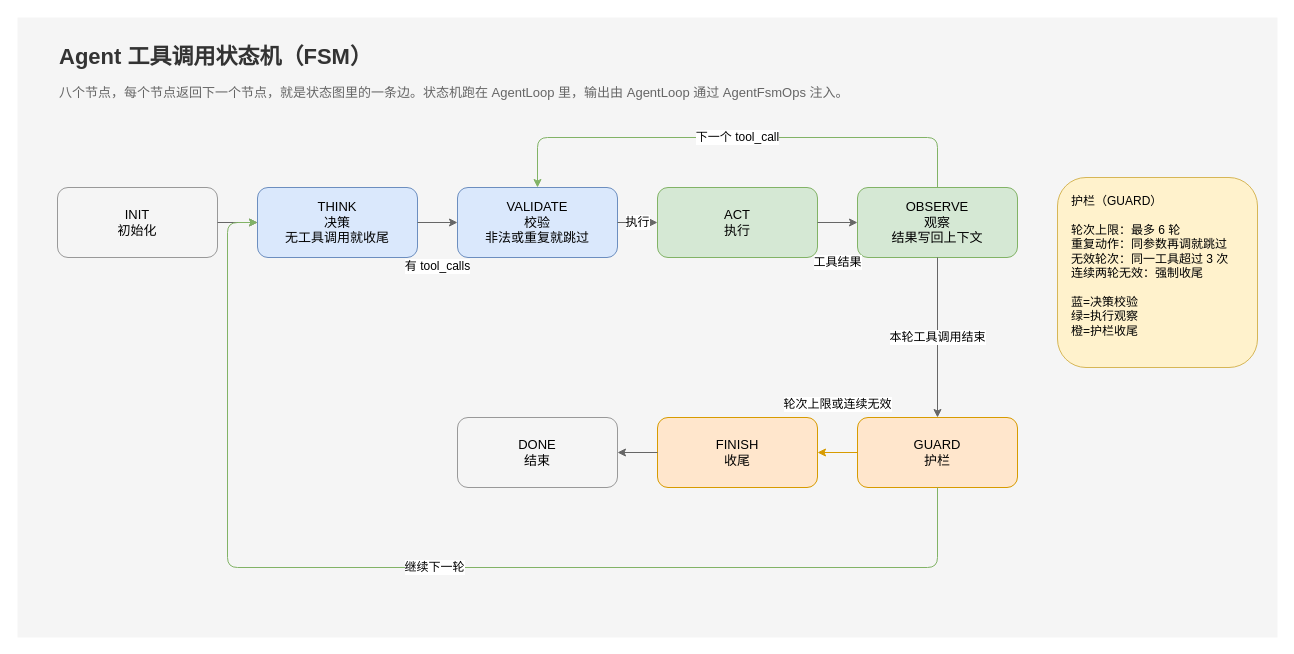
CXSforHPU/Agent keeps this draw.io diagram as docs/diagrams/agent-fsm.drawio. Above is the earlier version. Source tidied: cells renumbered, new cells numbered last; positions are measured from the earlier drawing's top-left corner, leaving out a move shared by most shapes. Both pictures are drawn from the tidied source at 100%, with x=0, y=0 at pixel (17, 17).
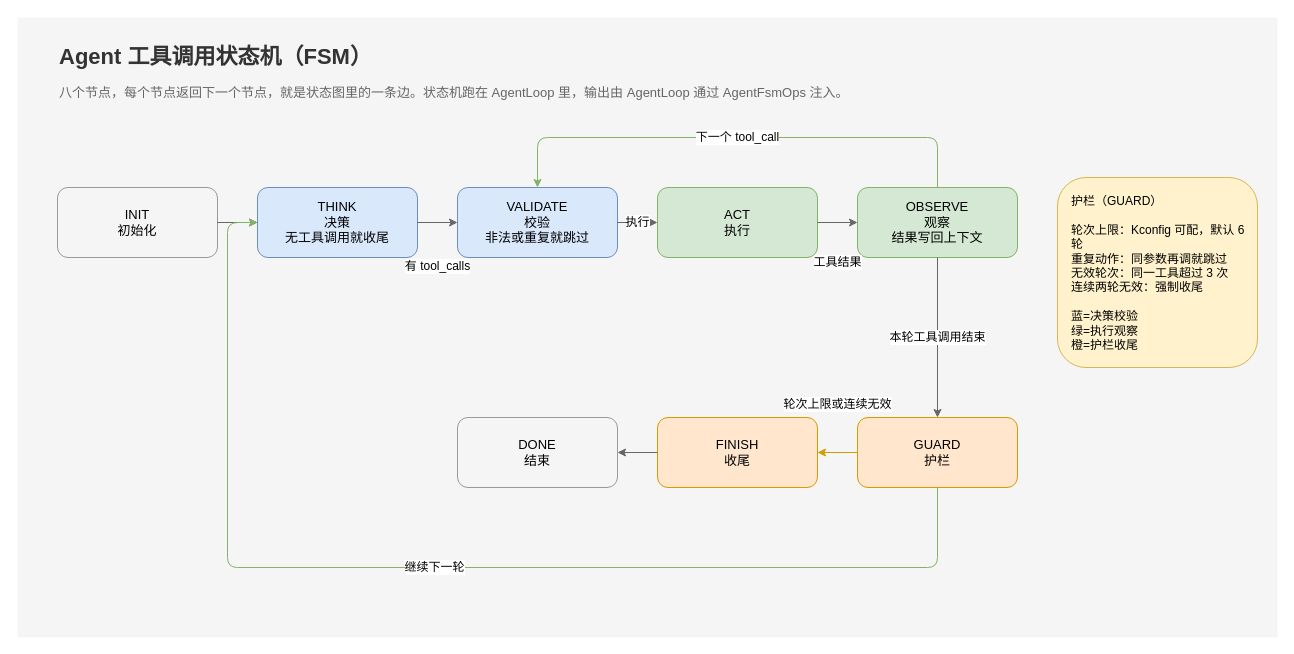
The same diagram, later.

Commit message (it also covers changes not shown here):
docs: 同步工具循环轮数的 Kconfig 说明

Change to the diagram source:
```diff
@@
-    <mxCell id="5" value="护栏（GUARD）&#10;&#10;轮次上限：最多 6 轮&#10;重复动作：同参数再调就跳过&#10;无效轮次：同一工具超过 3 次&#10;连续两轮无效：强制收尾&#10;&#10;蓝=决策校验&#10;绿=执行观察&#10;橙=护栏收尾" style="rounded=1;whiteSpace=wrap;html=1;fillColor=#fff2cc;strokeColor=#d6b656;fontSize=12;align=left;verticalAlign=top;spacingLeft=12;spacingTop=10;" parent="1" vertex="1">
+    <mxCell id="5" value="护栏（GUARD）&#10;&#10;轮次上限：Kconfig 可配，默认 6 轮&#10;重复动作：同参数再调就跳过&#10;无效轮次：同一工具超过 3 次&#10;连续两轮无效：强制收尾&#10;&#10;蓝=决策校验&#10;绿=执行观察&#10;橙=护栏收尾" style="rounded=1;whiteSpace=wrap;html=1;fillColor=#fff2cc;strokeColor=#d6b656;fontSize=12;align=left;verticalAlign=top;spacingLeft=12;spacingTop=10;" parent="1" vertex="1">
       <mxGeometry x="1040" y="160" width="200" height="190" as="geometry" />
     </mxCell>
```
